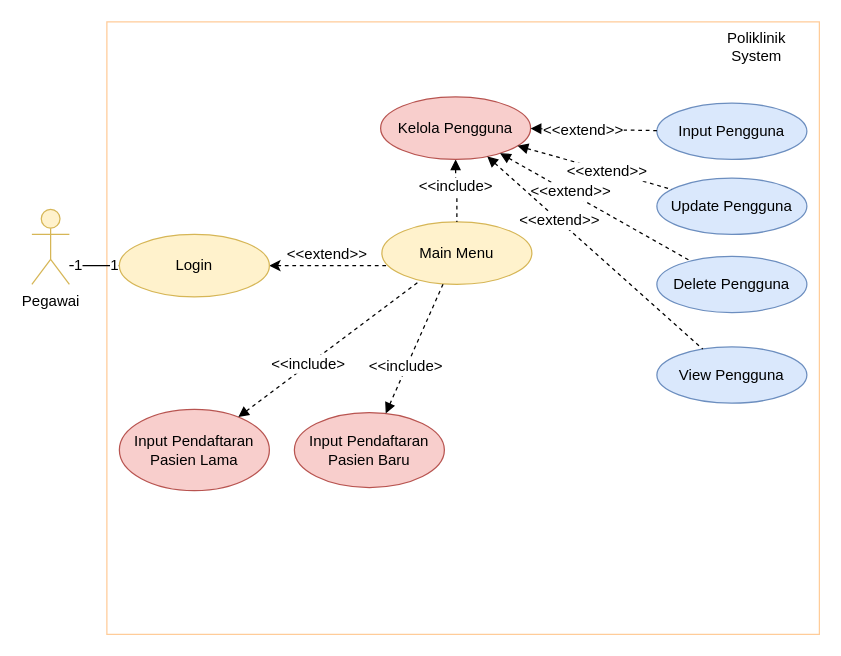
Before: Use case.drawio in fikrirazor/crispysoftware, a draw.io diagram. Source tidied: cells renumbered, new cells numbered last; positions are measured from the earlier drawing's top-left corner, leaving out a move shared by most shapes. Both pictures are drawn from the tidied source at 125%, with x=0, y=0 at pixel (31, 21).
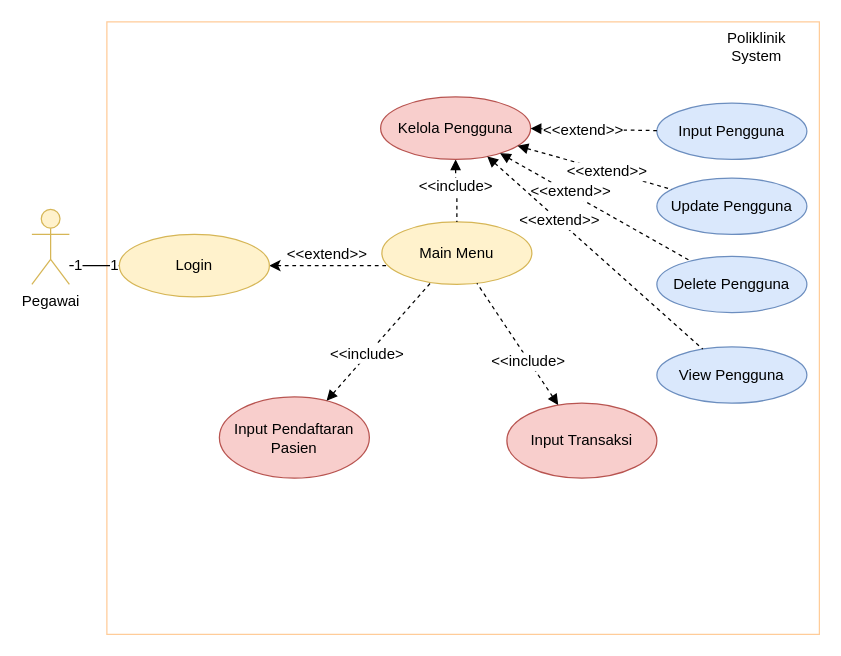
The same page after the edit.

Diff of the diagram source:
```diff
@@
-    <mxCell id="12" value="Input Pendaftaran Pasien Lama" style="ellipse;whiteSpace=wrap;html=1;fillColor=#f8cecc;strokeColor=#b85450;" parent="1" vertex="1">
-      <mxGeometry x="70" y="310" width="120" height="65" as="geometry" />
+    <mxCell id="12" value="Input Pendaftaran Pasien" style="ellipse;whiteSpace=wrap;html=1;fillColor=#f8cecc;strokeColor=#b85450;" parent="1" vertex="1">
+      <mxGeometry x="150" y="300" width="120" height="65" as="geometry" />
     </mxCell>
-    <mxCell id="13" value="Input Pendaftaran Pasien Baru" style="ellipse;whiteSpace=wrap;html=1;fillColor=#f8cecc;strokeColor=#b85450;" parent="1" vertex="1">
-      <mxGeometry x="210" y="312.5" width="120" height="60" as="geometry" />
+    <mxCell id="13" value="Input Transaksi" style="ellipse;whiteSpace=wrap;html=1;fillColor=#f8cecc;strokeColor=#b85450;" parent="1" vertex="1">
+      <mxGeometry x="380" y="305" width="120" height="60" as="geometry" />
     </mxCell>
```
